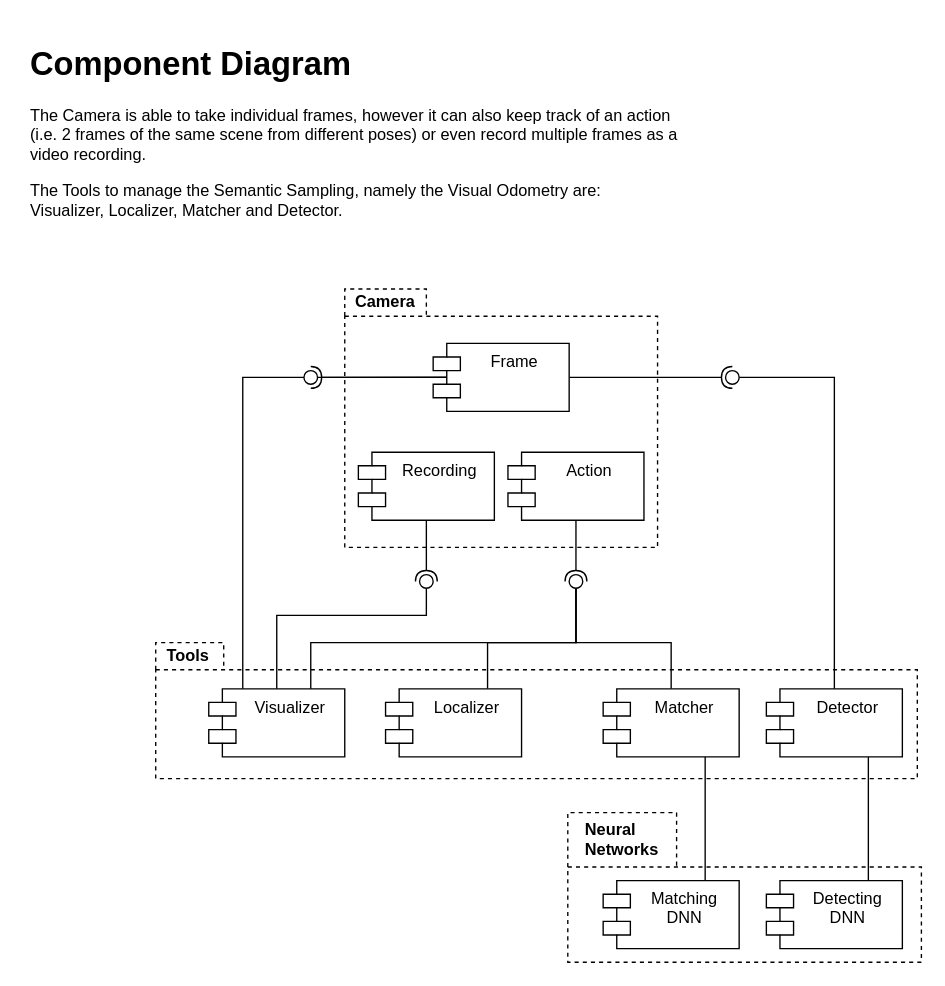
mirkousuelli/RGBD-Triplet-Patched-Localization keeps this draw.io diagram as page "Components" (1 of 2) of Documents/diagrams.drawio. Above is the earlier version. Source tidied: cells renumbered, new cells numbered last; positions are measured from the earlier drawing's top-left corner, leaving out a move shared by most shapes. Both pictures are drawn from the tidied source at 136%, with x=0, y=0 at pixel (23, 37).
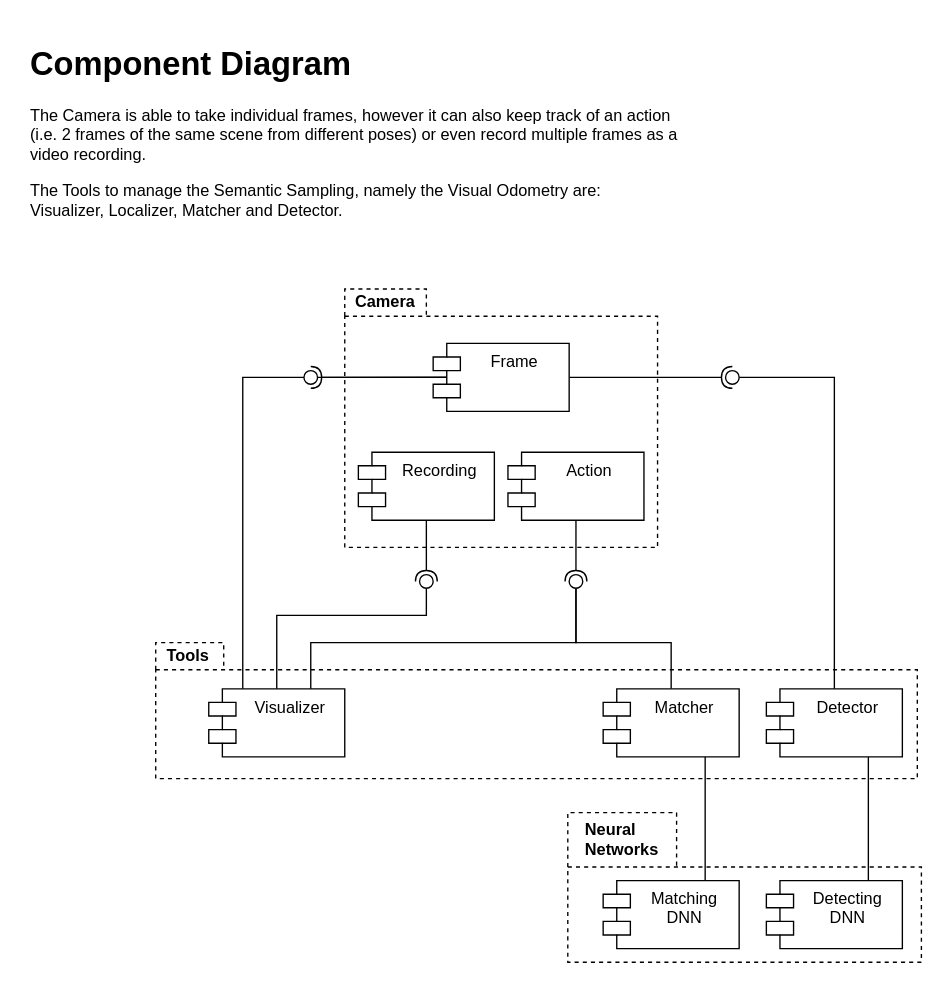
After the change.

Unchanged cells that the change refers to:
```xml
<mxCell id="20" style="ellipse;whiteSpace=wrap;html=1;align=center;points=[];outlineConnect=0;sketch=0;" parent="1" vertex="1">
  <mxGeometry x="401" y="395" width="10" height="10" as="geometry" />
</mxCell>
```

The edit, as a diff of the source:
```diff
@@
-    <mxCell id="15" style="edgeStyle=orthogonalEdgeStyle;rounded=0;jettySize=auto;html=1;exitX=0.75;exitY=0;exitDx=0;exitDy=0;endArrow=none;endFill=0;" parent="1" edge="1" source="16" target="20">
-      <mxGeometry relative="1" as="geometry">
-        <Array as="points">
-          <mxPoint x="341" y="445" />
-          <mxPoint x="406" y="445" />
-        </Array>
-      </mxGeometry>
-    </mxCell>
-    <mxCell id="16" value="Localizer" style="shape=module;align=left;spacingLeft=20;align=center;verticalAlign=top;" parent="1" vertex="1">
-      <mxGeometry x="266" y="479" width="100" height="50" as="geometry" />
-    </mxCell>
```
